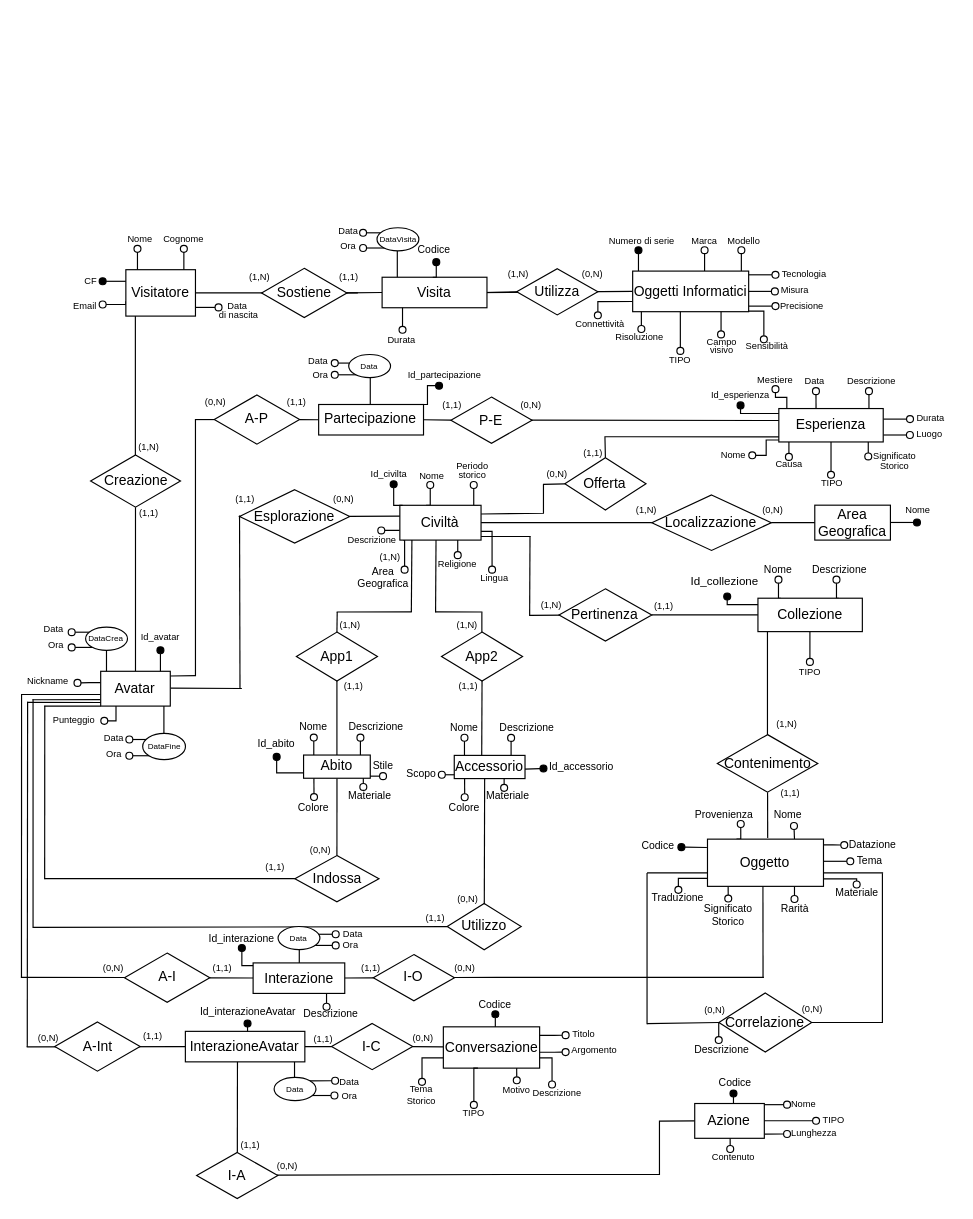
The draw.io diagram WP2/ER ristrutturato.drawio in pnocerino/BasiDiDati, before the edit. Source tidied: cells renumbered, new cells numbered last; positions are measured from the earlier drawing's top-left corner, leaving out a move shared by most shapes. Both pictures are drawn from the tidied source at 116%, with x=0, y=0 at pixel (21, 28).
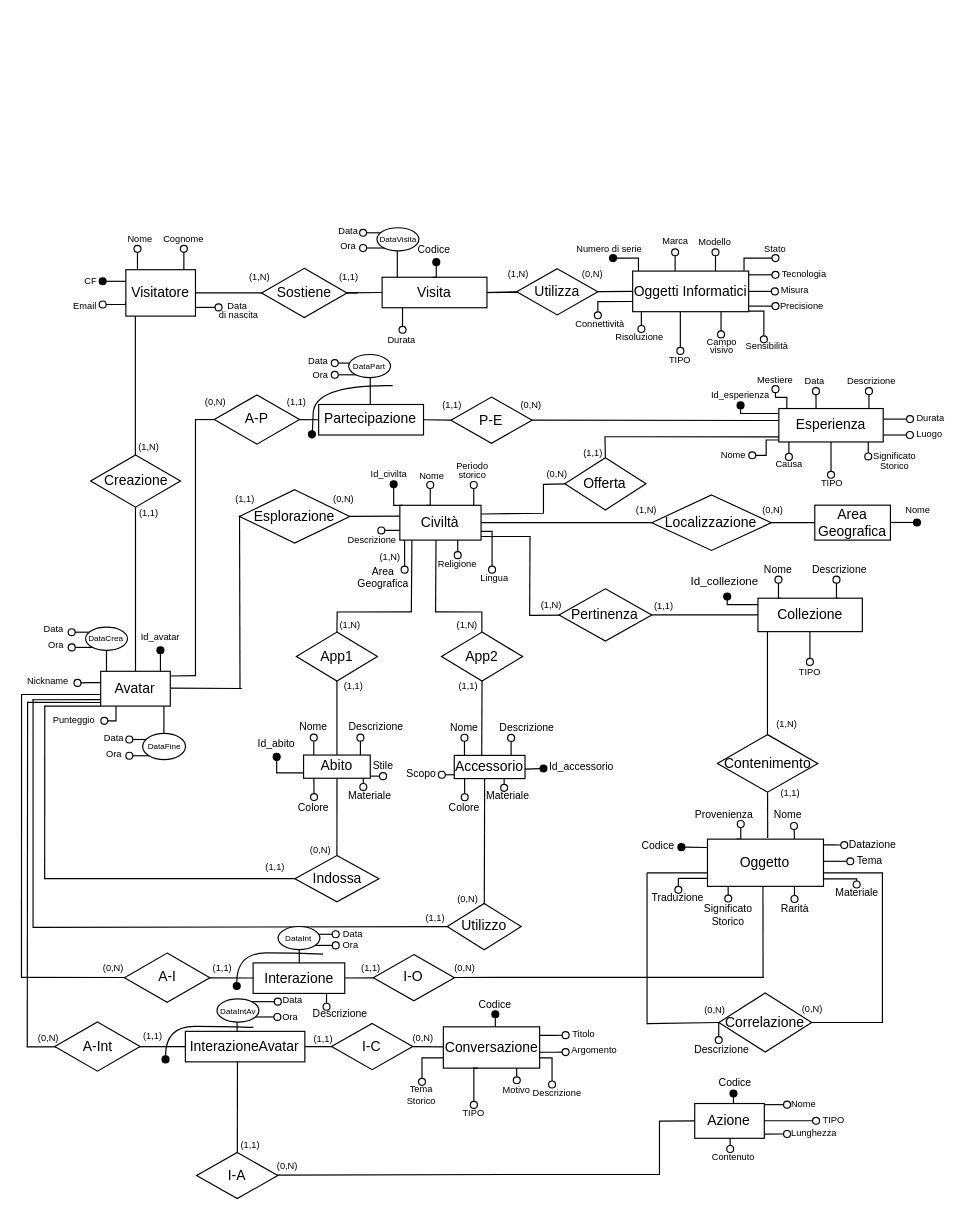
Above is the later version.

The change refers to these unchanged cells:
```xml
<mxCell id="269" value="Oggetti Informatici" style="whiteSpace=wrap;html=1;align=center;" parent="1" vertex="1">
  <mxGeometry x="526.9" y="209.2" width="100" height="35" as="geometry" />
</mxCell>
```

Change to the diagram source:
```diff
@@
     <mxCell id="16" value="&lt;font style=&quot;font-size: 8px;&quot;&gt;Modello&lt;/font&gt;" style="text;html=1;align=center;verticalAlign=middle;whiteSpace=wrap;rounded=1;strokeColor=none;" parent="1" vertex="1">
-      <mxGeometry x="603.1" y="171.8" width="40" height="20" as="geometry" />
+      <mxGeometry x="578.4" y="173" width="40" height="20" as="geometry" />
     </mxCell>
     <mxCell id="17" value="&lt;font style=&quot;font-size: 8px;&quot;&gt;Marca&lt;/font&gt;" style="text;html=1;align=center;verticalAlign=middle;whiteSpace=wrap;rounded=1;strokeColor=none;glass=0;" parent="1" vertex="1">
-      <mxGeometry x="563.8" y="174.3" width="50" height="15" as="geometry" />
+      <mxGeometry x="538.9" y="174.3" width="50" height="15" as="geometry" />
     </mxCell>
@@
     <mxCell id="60" style="edgeStyle=orthogonalEdgeStyle;rounded=0;orthogonalLoop=1;jettySize=auto;html=1;exitX=0;exitY=0;exitDx=0;exitDy=0;endArrow=oval;endFill=1;" parent="1" edge="1">
       <mxGeometry relative="1" as="geometry">
         <mxPoint x="531.9" y="209.2" as="sourcePoint" />
-        <mxPoint x="531.9" y="191.2" as="targetPoint" />
+        <mxPoint x="510" y="198" as="targetPoint" />
+        <Array as="points">
+          <mxPoint x="532" y="198" />
+          <mxPoint x="532" y="198" />
+        </Array>
       </mxGeometry>
     </mxCell>
     <mxCell id="61" value="&lt;font style=&quot;font-size: 8px;&quot;&gt;Numero di serie&lt;/font&gt;" style="text;html=1;align=center;verticalAlign=middle;whiteSpace=wrap;rounded=1;strokeColor=none;glass=0;" parent="1" vertex="1">
-      <mxGeometry x="502.5" y="178" width="65.6" height="7.5" as="geometry" />
+      <mxGeometry x="473.8" y="185.5" width="65.6" height="7.5" as="geometry" />
     </mxCell>
     <mxCell id="62" style="edgeStyle=orthogonalEdgeStyle;rounded=0;orthogonalLoop=1;jettySize=auto;html=1;exitX=0;exitY=0;exitDx=0;exitDy=0;endArrow=oval;endFill=0;" parent="1" edge="1">
       <mxGeometry relative="1" as="geometry">
-        <mxPoint x="588.9" y="209.2" as="sourcePoint" />
-        <mxPoint x="588.9" y="191.2" as="targetPoint" />
+        <mxPoint x="563.5" y="211" as="sourcePoint" />
+        <mxPoint x="563.5" y="193" as="targetPoint" />
       </mxGeometry>
     </mxCell>
     <mxCell id="63" style="edgeStyle=orthogonalEdgeStyle;rounded=0;orthogonalLoop=1;jettySize=auto;html=1;exitX=0;exitY=0;exitDx=0;exitDy=0;endArrow=oval;endFill=0;" parent="1" edge="1">
       <mxGeometry relative="1" as="geometry">
-        <mxPoint x="620.6" y="209.2" as="sourcePoint" />
-        <mxPoint x="620.6" y="191.2" as="targetPoint" />
+        <mxPoint x="598.3" y="211" as="sourcePoint" />
+        <mxPoint x="598.3" y="193" as="targetPoint" />
       </mxGeometry>
     </mxCell>
@@
-    <mxCell id="167" style="edgeStyle=orthogonalEdgeStyle;rounded=0;orthogonalLoop=1;jettySize=auto;html=1;endArrow=oval;endFill=1;" parent="1" edge="1">
-      <mxGeometry relative="1" as="geometry">
-        <mxPoint x="189.4" y="865.5" as="sourcePoint" />
-        <mxPoint x="194.9" y="857.8" as="targetPoint" />
-      </mxGeometry>
-    </mxCell>
@@
-    <mxCell id="171" value="&lt;font style=&quot;font-size: 9px;&quot;&gt;Id_interazioneAvatar&lt;/font&gt;" style="text;html=1;align=center;verticalAlign=middle;whiteSpace=wrap;rounded=0;" parent="1" vertex="1">
-      <mxGeometry x="174.2" y="837.1" width="42.7" height="20" as="geometry" />
-    </mxCell>
-    <mxCell id="172" value="&lt;font style=&quot;font-size: 8px;&quot;&gt;Ora&lt;/font&gt;" style="text;html=1;align=center;verticalAlign=middle;whiteSpace=wrap;rounded=1;strokeColor=none;glass=0;" parent="1" vertex="1">
-      <mxGeometry x="267.8" y="912.8" width="30" height="11.5" as="geometry" />
-    </mxCell>
-    <mxCell id="173" style="edgeStyle=orthogonalEdgeStyle;rounded=0;orthogonalLoop=1;jettySize=auto;html=1;exitX=1;exitY=1;exitDx=0;exitDy=0;endArrow=oval;endFill=0;" parent="1" edge="1">
-      <mxGeometry relative="1" as="geometry">
-        <mxPoint x="248.7" y="919.9" as="sourcePoint" />
-        <mxPoint x="269.8" y="919.7" as="targetPoint" />
-      </mxGeometry>
-    </mxCell>
-    <mxCell id="174" value="&lt;font style=&quot;font-size: 8px;&quot;&gt;Data&lt;/font&gt;" style="text;html=1;align=center;verticalAlign=middle;whiteSpace=wrap;rounded=1;strokeColor=none;glass=0;" parent="1" vertex="1">
-      <mxGeometry x="267.8" y="903.9" width="30" height="6.5" as="geometry" />
-    </mxCell>
-    <mxCell id="175" style="edgeStyle=orthogonalEdgeStyle;rounded=0;jettySize=auto;html=1;exitX=1;exitY=0;exitDx=0;exitDy=0;entryX=0.086;entryY=0.404;entryDx=0;entryDy=0;entryPerimeter=0;endArrow=oval;endFill=0;" parent="1" edge="1" source="218" target="174">
-      <mxGeometry relative="1" as="geometry" />
-    </mxCell>
@@
-    <mxCell id="216" style="endArrow=none;html=1;rounded=0;" parent="1" edge="1">
-      <mxGeometry relative="1" as="geometry">
-        <mxPoint x="235.4" y="910.4" as="sourcePoint" />
-        <mxPoint x="235.4" y="890.4" as="targetPoint" />
-      </mxGeometry>
-    </mxCell>
@@
-    <mxCell id="218" value="&lt;p style=&quot;line-height: 110%;&quot;&gt;&lt;font style=&quot;font-size: 7px;&quot;&gt;Data&lt;/font&gt;&lt;/p&gt;" style="ellipse;whiteSpace=wrap;html=1;" parent="1" vertex="1">
-      <mxGeometry x="217.8" y="904.3" width="36.1" height="20" as="geometry" />
-    </mxCell>
-    <mxCell id="219" value="InterazioneAvatar" style="whiteSpace=wrap;html=1;align=center;" parent="1" vertex="1">
-      <mxGeometry x="141.3" y="864.6" width="103" height="26.3" as="geometry" />
-    </mxCell>
@@
     <mxCell id="255" value="&lt;font style=&quot;font-size: 9px;&quot;&gt;Descrizione&lt;/font&gt;" style="text;html=1;align=center;verticalAlign=middle;whiteSpace=wrap;rounded=0;" parent="1" vertex="1">
-      <mxGeometry x="247.4" y="840.5" width="40" height="17.3" as="geometry" />
+      <mxGeometry x="254.7" y="840.5" width="40" height="17.3" as="geometry" />
     </mxCell>
@@
-    <mxCell id="260" value="&lt;p style=&quot;line-height: 110%;&quot;&gt;&lt;font style=&quot;font-size: 7px;&quot;&gt;Data&lt;/font&gt;&lt;/p&gt;" style="ellipse;whiteSpace=wrap;html=1;" parent="1" vertex="1">
+    <mxCell id="260" value="&lt;p style=&quot;line-height: 110%;&quot;&gt;&lt;font style=&quot;font-size: 7px;&quot;&gt;DataPart&lt;/font&gt;&lt;/p&gt;" style="ellipse;whiteSpace=wrap;html=1;" parent="1" vertex="1">
       <mxGeometry x="282.1" y="281.1" width="36.1" height="20" as="geometry" />
     </mxCell>
@@
-    <mxCell id="267" value="&lt;p style=&quot;line-height: 110%;&quot;&gt;&lt;font style=&quot;font-size: 7px;&quot;&gt;Data&lt;/font&gt;&lt;/p&gt;" style="ellipse;whiteSpace=wrap;html=1;" parent="1" vertex="1">
+    <mxCell id="267" value="&lt;p style=&quot;line-height: 110%;&quot;&gt;&lt;font style=&quot;font-size: 7px;&quot;&gt;DataInt&lt;/font&gt;&lt;/p&gt;" style="ellipse;whiteSpace=wrap;html=1;" parent="1" vertex="1">
       <mxGeometry x="221.2" y="774.2" width="36.1" height="20" as="geometry" />
     </mxCell>
@@
-    <mxCell id="341" style="edgeStyle=orthogonalEdgeStyle;rounded=0;orthogonalLoop=1;jettySize=auto;html=1;exitX=0.25;exitY=0;exitDx=0;exitDy=0;endArrow=oval;endFill=1;" parent="1" edge="1">
-      <mxGeometry relative="1" as="geometry">
-        <mxPoint x="337.3" y="324.2" as="sourcePoint" />
-        <mxPoint x="360" y="308" as="targetPoint" />
-        <Array as="points">
-          <mxPoint x="350" y="324" />
-        </Array>
-      </mxGeometry>
-    </mxCell>
-    <mxCell id="342" value="&lt;font style=&quot;font-size: 8px;&quot;&gt;Id_partecipazione&lt;/font&gt;" style="text;html=1;align=center;verticalAlign=middle;whiteSpace=wrap;rounded=0;" parent="1" vertex="1">
-      <mxGeometry x="334.9" y="282.7" width="60" height="30" as="geometry" />
-    </mxCell>
-    <mxCell id="343" style="edgeStyle=orthogonalEdgeStyle;rounded=0;jettySize=auto;html=1;exitX=0.25;exitY=0;exitDx=0;exitDy=0;entryX=0.5;entryY=1;entryDx=0;entryDy=0;endArrow=oval;endFill=1;" parent="1" edge="1" target="344">
-      <mxGeometry relative="1" as="geometry">
-        <mxPoint x="207.3" y="811.9" as="sourcePoint" />
-        <Array as="points">
-          <mxPoint x="207" y="808" />
-          <mxPoint x="190" y="808" />
-        </Array>
-      </mxGeometry>
-    </mxCell>
-    <mxCell id="344" value="&lt;font style=&quot;font-size: 9px;&quot;&gt;Id_interazione&lt;/font&gt;" style="text;html=1;align=center;verticalAlign=middle;whiteSpace=wrap;rounded=0;" parent="1" vertex="1">
-      <mxGeometry x="170" y="775.7" width="40" height="17" as="geometry" />
-    </mxCell>
@@
+    <mxCell id="346" value="&lt;span style=&quot;font-size: 8px;&quot;&gt;Stato&lt;/span&gt;" style="text;html=1;align=center;verticalAlign=middle;whiteSpace=wrap;rounded=1;strokeColor=none;" parent="1" vertex="1">
+      <mxGeometry x="624.9" y="178.1" width="50" height="21" as="geometry" />
+    </mxCell>
+    <mxCell id="347" style="edgeStyle=orthogonalEdgeStyle;rounded=0;jettySize=auto;html=1;exitX=0.96;exitY=-0.006;exitDx=0;exitDy=0;endArrow=oval;endFill=0;exitPerimeter=0;" parent="1" edge="1" source="269">
+      <mxGeometry relative="1" as="geometry">
+        <mxPoint x="650" y="198" as="targetPoint" />
+        <Array as="points">
+          <mxPoint x="623" y="198" />
+          <mxPoint x="647" y="198" />
+        </Array>
+      </mxGeometry>
+    </mxCell>
+    <mxCell id="348" style="curved=1;endArrow=oval;html=1;rounded=0;endFill=1;" parent="1" edge="1">
+      <mxGeometry relative="1" as="geometry">
+        <mxPoint x="320" y="308" as="sourcePoint" />
+        <mxPoint x="250.4" y="349.9" as="targetPoint" />
+        <Array as="points">
+          <mxPoint x="252.6" y="306.9" />
+          <mxPoint x="250.4" y="356.5" />
+        </Array>
+      </mxGeometry>
+    </mxCell>
+    <mxCell id="349" style="curved=1;endArrow=oval;html=1;rounded=0;endFill=1;" parent="1" edge="1">
+      <mxGeometry relative="1" as="geometry">
+        <mxPoint x="260" y="798" as="sourcePoint" />
+        <mxPoint x="185.6" y="825.5" as="targetPoint" />
+        <Array as="points">
+          <mxPoint x="260" y="798" />
+          <mxPoint x="235.7" y="797" />
+          <mxPoint x="185.7" y="797" />
+        </Array>
+      </mxGeometry>
+    </mxCell>
+    <mxCell id="350" style="curved=1;endArrow=oval;html=1;rounded=0;endFill=1;" parent="1" edge="1">
+      <mxGeometry relative="1" as="geometry">
+        <mxPoint x="200" y="861" as="sourcePoint" />
+        <mxPoint x="124.2" y="888.8" as="targetPoint" />
+        <Array as="points">
+          <mxPoint x="198.6" y="861.3" />
+          <mxPoint x="174.2" y="860.3" />
+          <mxPoint x="124.2" y="860.3" />
+        </Array>
+      </mxGeometry>
+    </mxCell>
+    <mxCell id="351" style="edgeStyle=orthogonalEdgeStyle;rounded=0;orthogonalLoop=1;jettySize=auto;html=1;exitX=1;exitY=0;exitDx=0;exitDy=0;entryX=0.086;entryY=0.404;entryDx=0;entryDy=0;entryPerimeter=0;endArrow=oval;endFill=0;" parent="1" edge="1">
+      <mxGeometry relative="1" as="geometry">
+        <mxPoint x="199" y="839" as="sourcePoint" />
+        <mxPoint x="221" y="839" as="targetPoint" />
+      </mxGeometry>
+    </mxCell>
+    <mxCell id="352" style="edgeStyle=orthogonalEdgeStyle;rounded=0;orthogonalLoop=1;jettySize=auto;html=1;exitX=1;exitY=1;exitDx=0;exitDy=0;endArrow=oval;endFill=0;" parent="1" edge="1">
+      <mxGeometry relative="1" as="geometry">
+        <mxPoint x="199.4" y="852.2" as="sourcePoint" />
+        <mxPoint x="220.6" y="852" as="targetPoint" />
+      </mxGeometry>
+    </mxCell>
+    <mxCell id="174" value="&lt;font style=&quot;font-size: 8px;&quot;&gt;Data&lt;/font&gt;" style="text;html=1;align=center;verticalAlign=middle;whiteSpace=wrap;rounded=1;strokeColor=none;glass=0;" parent="1" vertex="1">
+      <mxGeometry x="218.6" y="834" width="30" height="6.5" as="geometry" />
+    </mxCell>
+    <mxCell id="172" value="&lt;font style=&quot;font-size: 8px;&quot;&gt;Ora&lt;/font&gt;" style="text;html=1;align=center;verticalAlign=middle;whiteSpace=wrap;rounded=1;strokeColor=none;glass=0;" parent="1" vertex="1">
+      <mxGeometry x="217.4" y="845.1" width="30" height="11.5" as="geometry" />
+    </mxCell>
+    <mxCell id="353" style="endArrow=none;html=1;rounded=0;" parent="1" edge="1">
+      <mxGeometry relative="1" as="geometry">
+        <mxPoint x="185.9" y="874.4" as="sourcePoint" />
+        <mxPoint x="185.9" y="854.4" as="targetPoint" />
+      </mxGeometry>
+    </mxCell>
+    <mxCell id="219" value="InterazioneAvatar" style="whiteSpace=wrap;html=1;align=center;" parent="1" vertex="1">
+      <mxGeometry x="141.3" y="864.6" width="103" height="26.3" as="geometry" />
+    </mxCell>
+    <mxCell id="354" value="&lt;p style=&quot;line-height: 110%;&quot;&gt;&lt;font style=&quot;font-size: 7px;&quot;&gt;DataIntAv&lt;/font&gt;&lt;/p&gt;" style="ellipse;whiteSpace=wrap;html=1;" parent="1" vertex="1">
+      <mxGeometry x="168.6" y="836.6" width="36.1" height="20" as="geometry" />
+    </mxCell>
```
